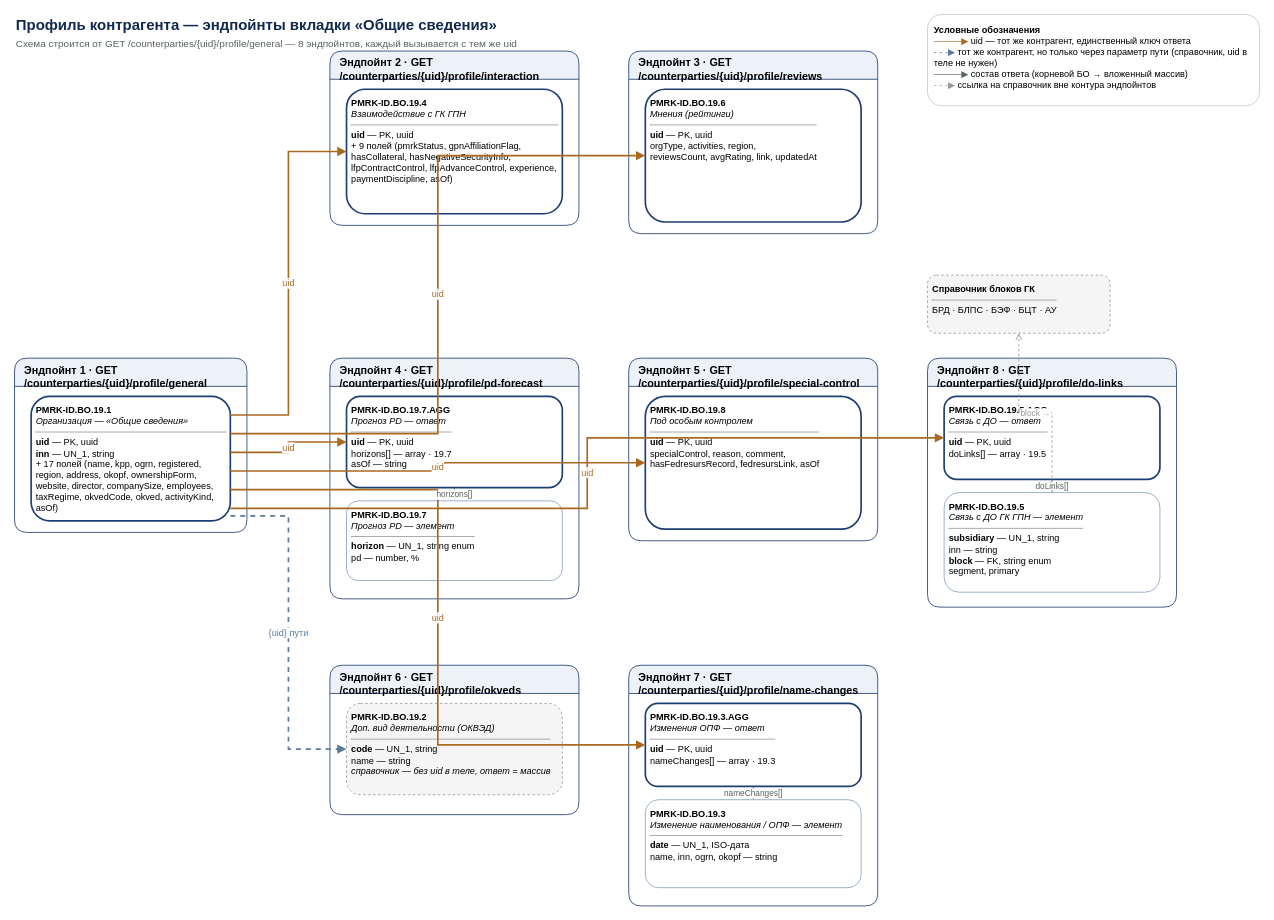
This is design/api/counterparty-profile-endpoints.drawio from dreamw0rk/pmrk-prototype, a draw.io file, before an edit. Source tidied: cells renumbered, new cells numbered last; positions are measured from the earlier drawing's top-left corner, leaving out a move shared by most shapes. Both pictures are drawn from the tidied source at 83%, with x=0, y=0 at pixel (14, 14).
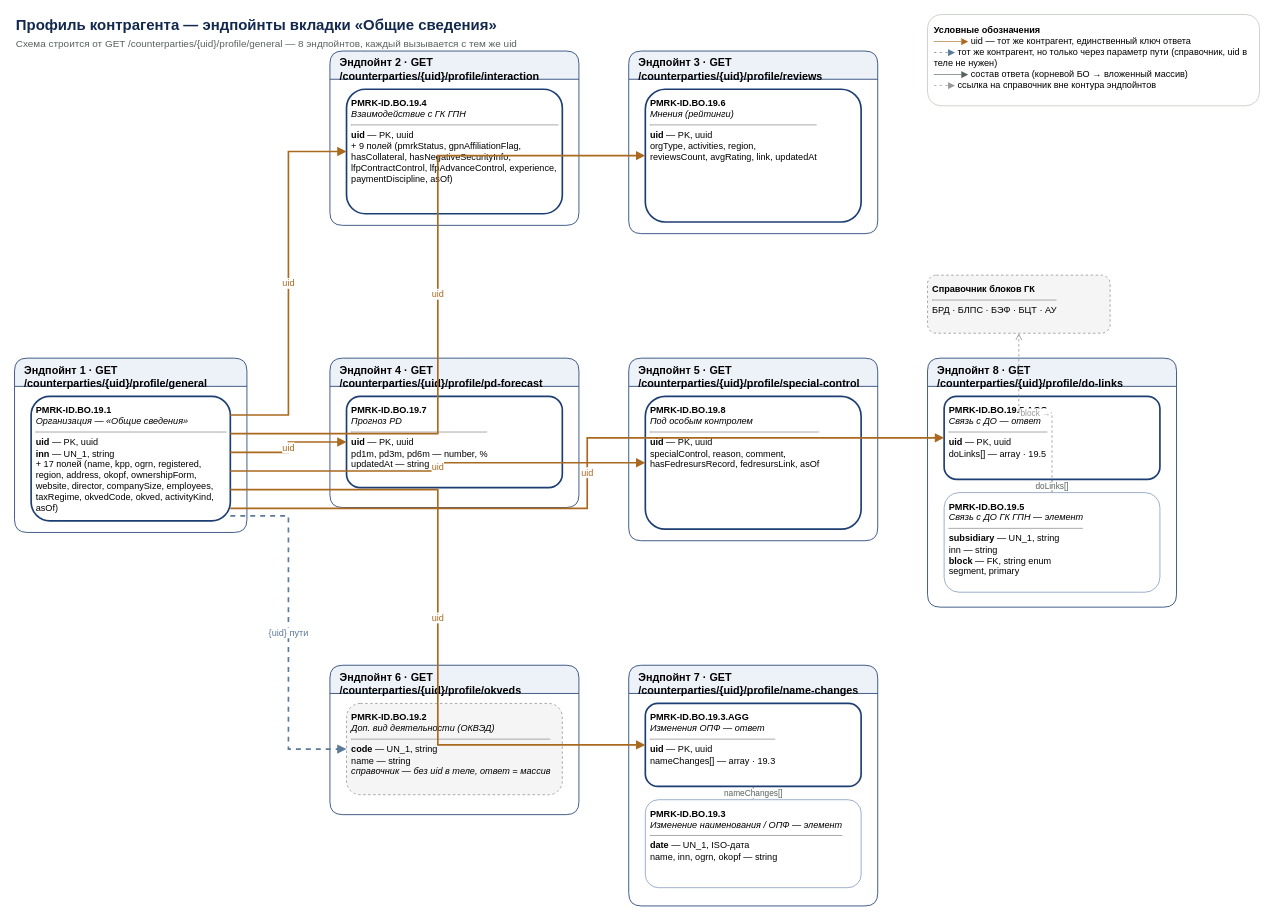
The same page after the edit.

Commit message (it also covers changes not shown here):
Профиль контрагента: прогноз PD — плоская структура с горизонтами 1/3/6 мес.

The change refers to these unchanged cells:
```xml
<mxCell id="6" value="&lt;b&gt;PMRK-ID.BO.19.1&lt;/b&gt;&lt;br&gt;&lt;i&gt;Организация — «Общие сведения»&lt;/i&gt;&lt;hr size=&quot;1&quot;/&gt;&lt;b&gt;uid&lt;/b&gt; — PK, uuid&lt;br&gt;&lt;b&gt;inn&lt;/b&gt; — UN_1, string&lt;br&gt;+ 17 полей (name, kpp, ogrn, registered, region, address, okopf, ownershipForm, website, director, companySize, employees, taxRegime, okvedCode, okved, activityKind, asOf)" style="rounded=1;whiteSpace=wrap;html=1;align=left;verticalAlign=top;fillColor=#FFFFFF;strokeColor=#1D3E72;strokeWidth=2;fontSize=11;spacing=6;" parent="5" vertex="1">
  <mxGeometry x="20" y="46" width="240" height="150" as="geometry" />
</mxCell>
```

What changed in the source:
```diff
@@
     <mxCell id="11" value="Эндпойнт 4 · GET /counterparties/{uid}/profile/pd-forecast" style="swimlane;rounded=1;whiteSpace=wrap;html=1;startSize=34;fillColor=#EDF1F8;strokeColor=#1D3E72;fontSize=13;fontStyle=1;verticalAlign=top;align=left;spacingLeft=10;" parent="1" vertex="1">
-      <mxGeometry x="380" y="414" width="300" height="290" as="geometry" />
+      <mxGeometry x="380" y="414" width="300" height="180" as="geometry" />
     </mxCell>
-    <mxCell id="12" value="&lt;b&gt;PMRK-ID.BO.19.7.AGG&lt;/b&gt;&lt;br&gt;&lt;i&gt;Прогноз PD — ответ&lt;/i&gt;&lt;hr size=&quot;1&quot;/&gt;&lt;b&gt;uid&lt;/b&gt; — PK, uuid&lt;br&gt;horizons[] — array · 19.7&lt;br&gt;asOf — string" style="rounded=1;whiteSpace=wrap;html=1;align=left;verticalAlign=top;fillColor=#FFFFFF;strokeColor=#1D3E72;strokeWidth=2;fontSize=11;spacing=6;" parent="11" vertex="1">
-      <mxGeometry x="20" y="46" width="260" height="110" as="geometry" />
-    </mxCell>
-    <mxCell id="13" value="&lt;b&gt;PMRK-ID.BO.19.7&lt;/b&gt;&lt;br&gt;&lt;i&gt;Прогноз PD — элемент&lt;/i&gt;&lt;hr size=&quot;1&quot;/&gt;&lt;b&gt;horizon&lt;/b&gt; — UN_1, string enum&lt;br&gt;pd — number, %" style="rounded=1;whiteSpace=wrap;html=1;align=left;verticalAlign=top;fillColor=#FFFFFF;strokeColor=#8AA0C0;fontSize=11;spacing=6;" parent="11" vertex="1">
-      <mxGeometry x="20" y="172" width="260" height="96" as="geometry" />
+    <mxCell id="13" value="&lt;b&gt;PMRK-ID.BO.19.7&lt;/b&gt;&lt;br&gt;&lt;i&gt;Прогноз PD&lt;/i&gt;&lt;hr size=&quot;1&quot;/&gt;&lt;b&gt;uid&lt;/b&gt; — PK, uuid&lt;br&gt;pd1m, pd3m, pd6m — number, %&lt;br&gt;updatedAt — string" style="rounded=1;whiteSpace=wrap;html=1;align=left;verticalAlign=top;fillColor=#FFFFFF;strokeColor=#1D3E72;strokeWidth=2;fontSize=11;spacing=6;" parent="11" vertex="1">
+      <mxGeometry x="20" y="46" width="260" height="110" as="geometry" />
     </mxCell>
@@
-    <mxCell id="27" value="uid" style="edgeStyle=orthogonalEdgeStyle;rounded=0;html=1;strokeColor=#A9691F;strokeWidth=2;fontColor=#A9691F;fontSize=11;endArrow=block;exitX=1;exitY=0.45;exitDx=0;exitDy=0;entryX=0;entryY=0.5;entryDx=0;entryDy=0;" parent="1" edge="1" source="6" target="12">
+    <mxCell id="27" value="uid" style="edgeStyle=orthogonalEdgeStyle;rounded=0;html=1;strokeColor=#A9691F;strokeWidth=2;fontColor=#A9691F;fontSize=11;endArrow=block;exitX=1;exitY=0.45;exitDx=0;exitDy=0;entryX=0;entryY=0.5;entryDx=0;entryDy=0;" parent="1" edge="1" source="6" target="13">
       <mxGeometry relative="1" as="geometry" />
     </mxCell>
@@
-    <mxCell id="32" value="horizons[]" style="edgeStyle=orthogonalEdgeStyle;rounded=0;html=1;strokeColor=#57625C;fontColor=#57625C;fontSize=10;endArrow=open;" parent="1" edge="1" source="12" target="13">
-      <mxGeometry relative="1" as="geometry" />
-    </mxCell>
```
